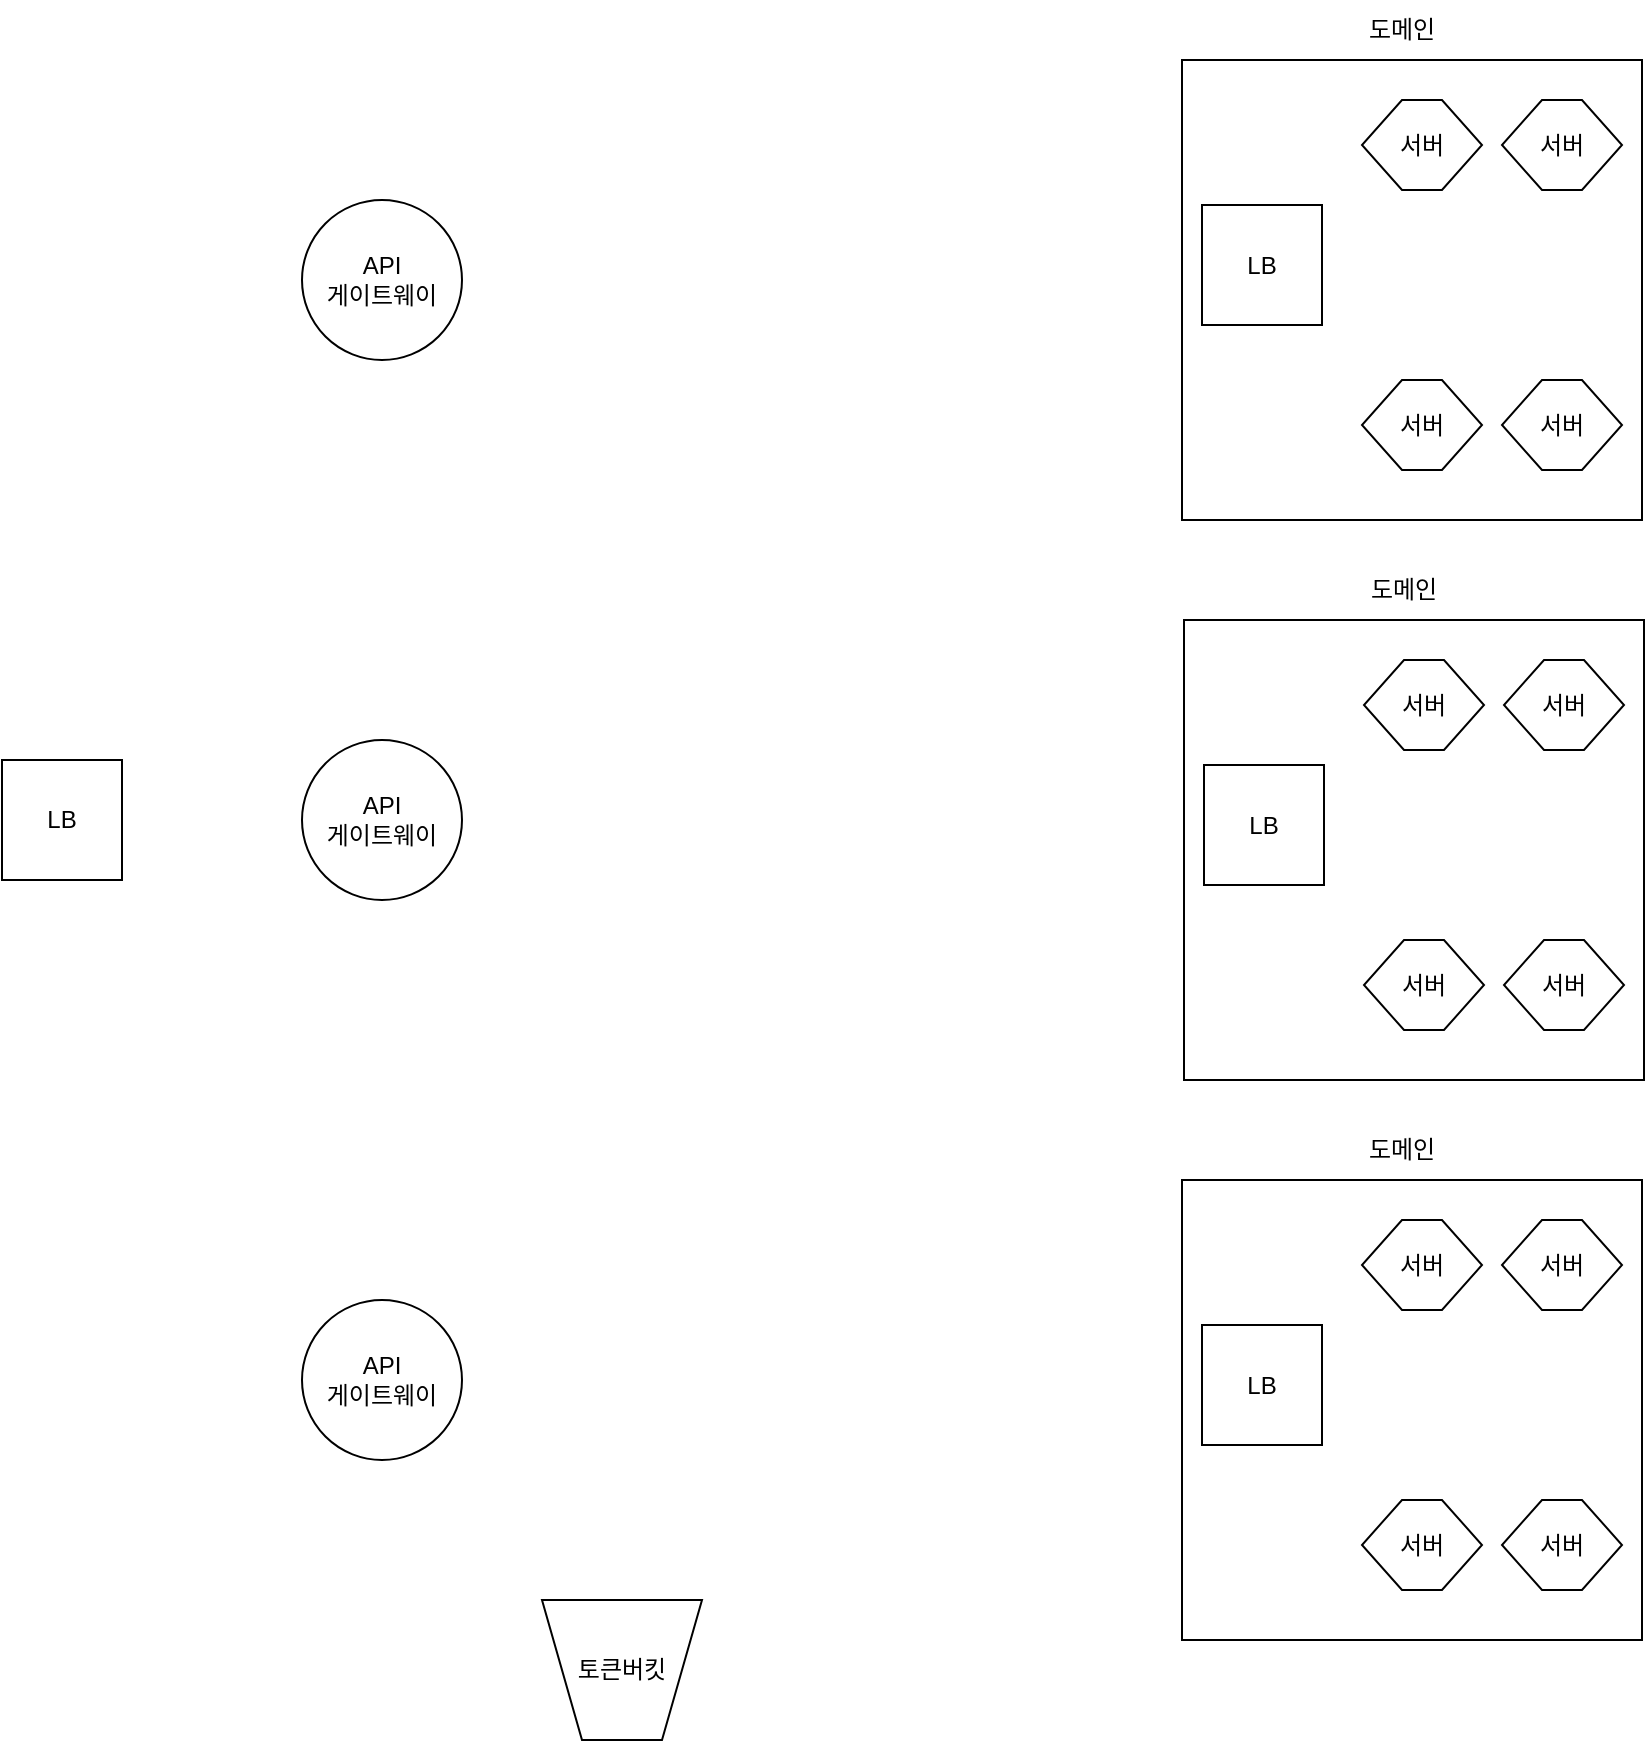
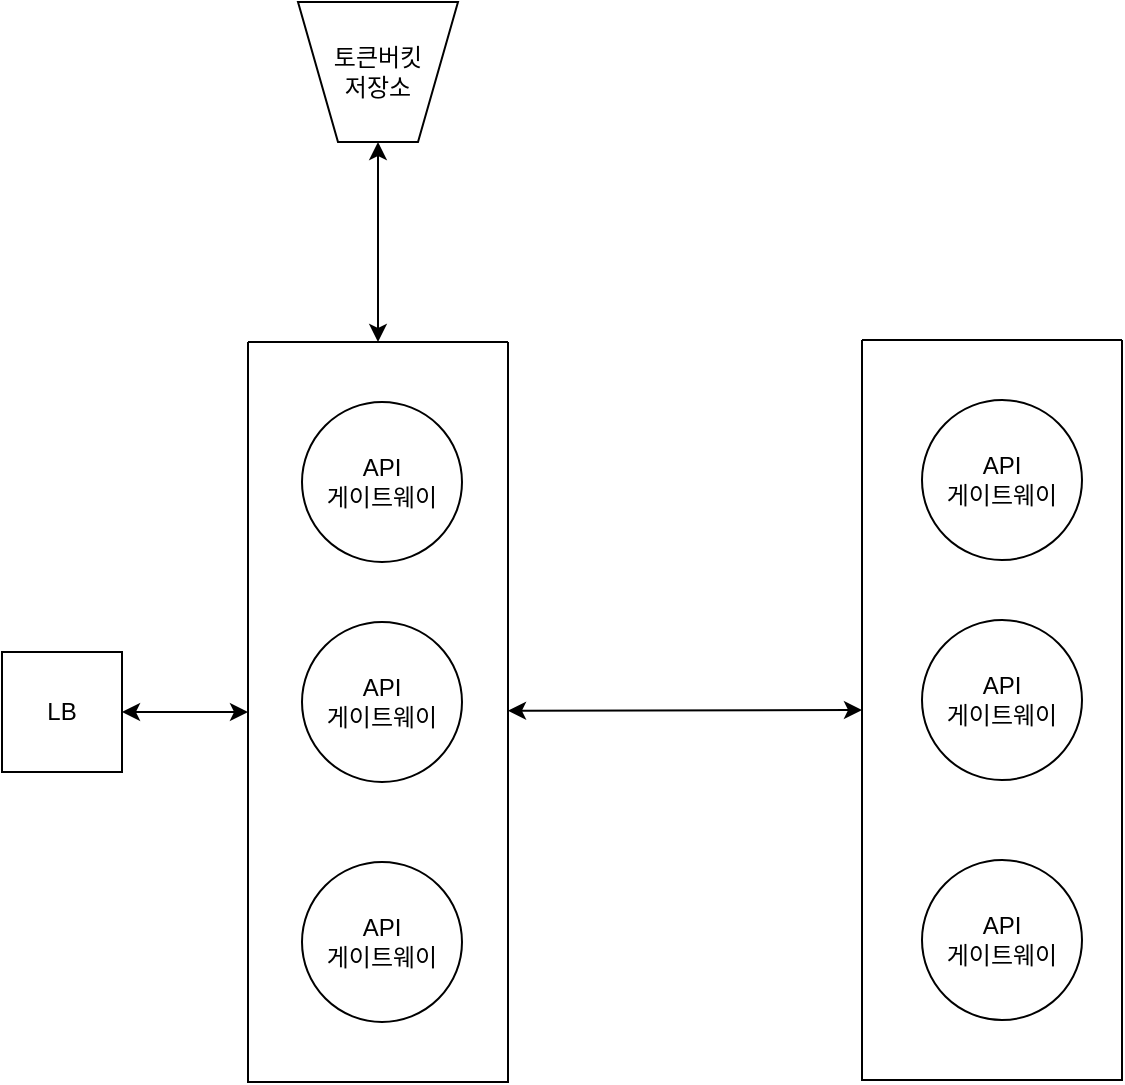
<mxfile host="Electron">
  <diagram name="페이지-1" id="BQgcumJEO6TQRQtQFe5G">
-     <mxGraphModel dx="2241" dy="2019" grid="1" gridSize="10" guides="1" tooltips="1" connect="1" arrows="1" fold="1" page="1" pageScale="1" pageWidth="827" pageHeight="1169" math="0" shadow="0">
+     <mxGraphModel dx="2032" dy="2073" grid="1" gridSize="10" guides="1" tooltips="1" connect="1" arrows="1" fold="1" page="1" pageScale="1" pageWidth="827" pageHeight="1169" math="0" shadow="0">
      <root>
        <mxCell id="0" />
        <mxCell id="1" parent="0" />
        <mxCell id="1RR0jnuvLh_5yfPaf-OJ-1" parent="1" style="ellipse;whiteSpace=wrap;html=1;aspect=fixed;" value="API&lt;br&gt;게이트웨이" vertex="1">
-           <mxGeometry height="80" width="80" x="-650" y="-1030" as="geometry" />
+           <mxGeometry height="80" width="80" x="-650" y="-870" as="geometry" />
        </mxCell>
        <mxCell id="1RR0jnuvLh_5yfPaf-OJ-2" parent="1" style="ellipse;whiteSpace=wrap;html=1;aspect=fixed;" value="API&lt;br&gt;게이트웨이" vertex="1">
          <mxGeometry height="80" width="80" x="-650" y="-760" as="geometry" />
        </mxCell>
        <mxCell id="1RR0jnuvLh_5yfPaf-OJ-3" parent="1" style="ellipse;whiteSpace=wrap;html=1;aspect=fixed;" value="API&lt;br&gt;게이트웨이" vertex="1">
-           <mxGeometry height="80" width="80" x="-650" y="-480" as="geometry" />
+           <mxGeometry height="80" width="80" x="-650" y="-640" as="geometry" />
        </mxCell>
        <mxCell id="1RR0jnuvLh_5yfPaf-OJ-10" parent="1" style="rounded=0;whiteSpace=wrap;html=1;" value="LB" vertex="1">
-           <mxGeometry height="60" width="60" x="-800" y="-750" as="geometry" />
+           <mxGeometry height="60" width="60" x="-800" y="-745" as="geometry" />
        </mxCell>
        <mxCell id="1RR0jnuvLh_5yfPaf-OJ-11" connectable="0" parent="1" style="group" value="" vertex="1">
-           <mxGeometry height="70" width="80" x="-530" y="-330" as="geometry" />
+           <mxGeometry height="70" width="80" x="-652" y="-1070" as="geometry" />
        </mxCell>
        <mxCell id="1RR0jnuvLh_5yfPaf-OJ-7" parent="1RR0jnuvLh_5yfPaf-OJ-11" style="shape=trapezoid;perimeter=trapezoidPerimeter;whiteSpace=wrap;html=1;fixedSize=1;size=20;rotation=-180;" value="" vertex="1">
          <mxGeometry height="70" width="80" as="geometry" />
        </mxCell>
-         <mxCell id="1RR0jnuvLh_5yfPaf-OJ-9" parent="1RR0jnuvLh_5yfPaf-OJ-11" style="text;html=1;whiteSpace=wrap;strokeColor=none;fillColor=none;align=center;verticalAlign=middle;rounded=0;" value="토큰버킷" vertex="1">
+         <mxCell id="1RR0jnuvLh_5yfPaf-OJ-9" parent="1RR0jnuvLh_5yfPaf-OJ-11" style="text;html=1;whiteSpace=wrap;strokeColor=none;fillColor=none;align=center;verticalAlign=middle;rounded=0;" value="토큰버킷&lt;br&gt;저장소" vertex="1">
          <mxGeometry height="30" width="60" x="10" y="20" as="geometry" />
        </mxCell>
-         <mxCell id="1RR0jnuvLh_5yfPaf-OJ-20" connectable="0" parent="1" style="group" value="" vertex="1">
-           <mxGeometry height="260" width="150" x="-129" y="-850" as="geometry" />
+         <mxCell id="SZ__KM490EC9j02PDRmy-1" parent="1" style="ellipse;whiteSpace=wrap;html=1;aspect=fixed;" value="API&lt;br&gt;게이트웨이" vertex="1">
+           <mxGeometry height="80" width="80" x="-340" y="-871" as="geometry" />
        </mxCell>
-         <mxCell id="1RR0jnuvLh_5yfPaf-OJ-18" connectable="0" parent="1RR0jnuvLh_5yfPaf-OJ-20" style="group" value="" vertex="1">
-           <mxGeometry height="230" width="150" y="30" as="geometry" />
+         <mxCell id="SZ__KM490EC9j02PDRmy-2" parent="1" style="ellipse;whiteSpace=wrap;html=1;aspect=fixed;" value="API&lt;br&gt;게이트웨이" vertex="1">
+           <mxGeometry height="80" width="80" x="-340" y="-761" as="geometry" />
        </mxCell>
-         <mxCell id="1RR0jnuvLh_5yfPaf-OJ-13" parent="1RR0jnuvLh_5yfPaf-OJ-18" style="whiteSpace=wrap;html=1;aspect=fixed;" value="" vertex="1">
-           <mxGeometry height="230" width="230" x="-80" as="geometry" />
+         <mxCell id="SZ__KM490EC9j02PDRmy-3" parent="1" style="ellipse;whiteSpace=wrap;html=1;aspect=fixed;" value="API&lt;br&gt;게이트웨이" vertex="1">
+           <mxGeometry height="80" width="80" x="-340" y="-641" as="geometry" />
        </mxCell>
-         <mxCell id="1RR0jnuvLh_5yfPaf-OJ-14" parent="1RR0jnuvLh_5yfPaf-OJ-18" style="shape=hexagon;perimeter=hexagonPerimeter2;whiteSpace=wrap;html=1;fixedSize=1;" value="서버" vertex="1">
-           <mxGeometry height="45" width="60" x="10" y="20" as="geometry" />
+         <mxCell id="SZ__KM490EC9j02PDRmy-4" parent="1" style="swimlane;startSize=0;" value="" vertex="1">
+           <mxGeometry height="370" width="130" x="-677" y="-900" as="geometry" />
        </mxCell>
-         <mxCell id="1RR0jnuvLh_5yfPaf-OJ-15" parent="1RR0jnuvLh_5yfPaf-OJ-18" style="shape=hexagon;perimeter=hexagonPerimeter2;whiteSpace=wrap;html=1;fixedSize=1;" value="서버" vertex="1">
-           <mxGeometry height="45" width="60" x="10" y="160" as="geometry" />
+         <mxCell id="SZ__KM490EC9j02PDRmy-5" parent="1" style="swimlane;startSize=0;" value="" vertex="1">
+           <mxGeometry height="370" width="130" x="-370" y="-901" as="geometry" />
        </mxCell>
-         <mxCell id="1RR0jnuvLh_5yfPaf-OJ-16" parent="1RR0jnuvLh_5yfPaf-OJ-18" style="shape=hexagon;perimeter=hexagonPerimeter2;whiteSpace=wrap;html=1;fixedSize=1;" value="서버" vertex="1">
-           <mxGeometry height="45" width="60" x="80" y="20" as="geometry" />
+         <mxCell id="SZ__KM490EC9j02PDRmy-6" edge="1" parent="1" source="1RR0jnuvLh_5yfPaf-OJ-10" style="endArrow=classic;html=1;rounded=0;exitX=1;exitY=0.5;exitDx=0;exitDy=0;entryX=0;entryY=0.5;entryDx=0;entryDy=0;startArrow=classic;startFill=1;endFill=1;" target="SZ__KM490EC9j02PDRmy-4" value="">
+           <mxGeometry height="50" relative="1" width="50" as="geometry">
+             <mxPoint x="-450" y="-640" as="sourcePoint" />
+             <mxPoint x="-400" y="-690" as="targetPoint" />
+           </mxGeometry>
        </mxCell>
-         <mxCell id="1RR0jnuvLh_5yfPaf-OJ-17" parent="1RR0jnuvLh_5yfPaf-OJ-18" style="shape=hexagon;perimeter=hexagonPerimeter2;whiteSpace=wrap;html=1;fixedSize=1;" value="서버" vertex="1">
-           <mxGeometry height="45" width="60" x="80" y="160" as="geometry" />
+         <mxCell id="SZ__KM490EC9j02PDRmy-7" edge="1" parent="1" style="endArrow=classic;html=1;rounded=0;exitX=1;exitY=0.5;exitDx=0;exitDy=0;entryX=0;entryY=0.5;entryDx=0;entryDy=0;startArrow=classic;startFill=1;endFill=1;" target="SZ__KM490EC9j02PDRmy-5" value="">
+           <mxGeometry height="50" relative="1" width="50" as="geometry">
+             <mxPoint x="-547" y="-715.62" as="sourcePoint" />
+             <mxPoint x="-484" y="-715.62" as="targetPoint" />
+           </mxGeometry>
        </mxCell>
-         <mxCell id="1RR0jnuvLh_5yfPaf-OJ-12" parent="1RR0jnuvLh_5yfPaf-OJ-18" style="rounded=0;whiteSpace=wrap;html=1;" value="LB" vertex="1">
-           <mxGeometry height="60" width="60" x="-70" y="72.5" as="geometry" />
-         </mxCell>
-         <mxCell id="1RR0jnuvLh_5yfPaf-OJ-19" parent="1RR0jnuvLh_5yfPaf-OJ-20" style="text;html=1;whiteSpace=wrap;strokeColor=none;fillColor=none;align=center;verticalAlign=middle;rounded=0;" value="도메인" vertex="1">
-           <mxGeometry height="30" width="60" as="geometry" />
-         </mxCell>
-         <mxCell id="1RR0jnuvLh_5yfPaf-OJ-24" connectable="0" parent="1" style="group" value="" vertex="1">
-           <mxGeometry height="260" width="150" x="-130" y="-1130" as="geometry" />
-         </mxCell>
-         <mxCell id="1RR0jnuvLh_5yfPaf-OJ-25" connectable="0" parent="1RR0jnuvLh_5yfPaf-OJ-24" style="group" value="" vertex="1">
-           <mxGeometry height="230" width="150" y="30" as="geometry" />
-         </mxCell>
-         <mxCell id="1RR0jnuvLh_5yfPaf-OJ-26" parent="1RR0jnuvLh_5yfPaf-OJ-25" style="whiteSpace=wrap;html=1;aspect=fixed;" value="" vertex="1">
-           <mxGeometry height="230" width="230" x="-80" as="geometry" />
-         </mxCell>
-         <mxCell id="1RR0jnuvLh_5yfPaf-OJ-27" parent="1RR0jnuvLh_5yfPaf-OJ-25" style="shape=hexagon;perimeter=hexagonPerimeter2;whiteSpace=wrap;html=1;fixedSize=1;" value="서버" vertex="1">
-           <mxGeometry height="45" width="60" x="10" y="20" as="geometry" />
-         </mxCell>
-         <mxCell id="1RR0jnuvLh_5yfPaf-OJ-28" parent="1RR0jnuvLh_5yfPaf-OJ-25" style="shape=hexagon;perimeter=hexagonPerimeter2;whiteSpace=wrap;html=1;fixedSize=1;" value="서버" vertex="1">
-           <mxGeometry height="45" width="60" x="10" y="160" as="geometry" />
-         </mxCell>
-         <mxCell id="1RR0jnuvLh_5yfPaf-OJ-29" parent="1RR0jnuvLh_5yfPaf-OJ-25" style="shape=hexagon;perimeter=hexagonPerimeter2;whiteSpace=wrap;html=1;fixedSize=1;" value="서버" vertex="1">
-           <mxGeometry height="45" width="60" x="80" y="20" as="geometry" />
-         </mxCell>
-         <mxCell id="1RR0jnuvLh_5yfPaf-OJ-30" parent="1RR0jnuvLh_5yfPaf-OJ-25" style="shape=hexagon;perimeter=hexagonPerimeter2;whiteSpace=wrap;html=1;fixedSize=1;" value="서버" vertex="1">
-           <mxGeometry height="45" width="60" x="80" y="160" as="geometry" />
-         </mxCell>
-         <mxCell id="1RR0jnuvLh_5yfPaf-OJ-31" parent="1RR0jnuvLh_5yfPaf-OJ-25" style="rounded=0;whiteSpace=wrap;html=1;" value="LB" vertex="1">
-           <mxGeometry height="60" width="60" x="-70" y="72.5" as="geometry" />
-         </mxCell>
-         <mxCell id="1RR0jnuvLh_5yfPaf-OJ-32" parent="1RR0jnuvLh_5yfPaf-OJ-24" style="text;html=1;whiteSpace=wrap;strokeColor=none;fillColor=none;align=center;verticalAlign=middle;rounded=0;" value="도메인" vertex="1">
-           <mxGeometry height="30" width="60" as="geometry" />
-         </mxCell>
-         <mxCell id="1RR0jnuvLh_5yfPaf-OJ-34" connectable="0" parent="1" style="group" value="" vertex="1">
-           <mxGeometry height="260" width="150" x="-130" y="-570" as="geometry" />
-         </mxCell>
-         <mxCell id="1RR0jnuvLh_5yfPaf-OJ-35" connectable="0" parent="1RR0jnuvLh_5yfPaf-OJ-34" style="group" value="" vertex="1">
-           <mxGeometry height="230" width="150" y="30" as="geometry" />
-         </mxCell>
-         <mxCell id="1RR0jnuvLh_5yfPaf-OJ-36" parent="1RR0jnuvLh_5yfPaf-OJ-35" style="whiteSpace=wrap;html=1;aspect=fixed;" value="" vertex="1">
-           <mxGeometry height="230" width="230" x="-80" as="geometry" />
-         </mxCell>
-         <mxCell id="1RR0jnuvLh_5yfPaf-OJ-37" parent="1RR0jnuvLh_5yfPaf-OJ-35" style="shape=hexagon;perimeter=hexagonPerimeter2;whiteSpace=wrap;html=1;fixedSize=1;" value="서버" vertex="1">
-           <mxGeometry height="45" width="60" x="10" y="20" as="geometry" />
-         </mxCell>
-         <mxCell id="1RR0jnuvLh_5yfPaf-OJ-38" parent="1RR0jnuvLh_5yfPaf-OJ-35" style="shape=hexagon;perimeter=hexagonPerimeter2;whiteSpace=wrap;html=1;fixedSize=1;" value="서버" vertex="1">
-           <mxGeometry height="45" width="60" x="10" y="160" as="geometry" />
-         </mxCell>
-         <mxCell id="1RR0jnuvLh_5yfPaf-OJ-39" parent="1RR0jnuvLh_5yfPaf-OJ-35" style="shape=hexagon;perimeter=hexagonPerimeter2;whiteSpace=wrap;html=1;fixedSize=1;" value="서버" vertex="1">
-           <mxGeometry height="45" width="60" x="80" y="20" as="geometry" />
-         </mxCell>
-         <mxCell id="1RR0jnuvLh_5yfPaf-OJ-40" parent="1RR0jnuvLh_5yfPaf-OJ-35" style="shape=hexagon;perimeter=hexagonPerimeter2;whiteSpace=wrap;html=1;fixedSize=1;" value="서버" vertex="1">
-           <mxGeometry height="45" width="60" x="80" y="160" as="geometry" />
-         </mxCell>
-         <mxCell id="1RR0jnuvLh_5yfPaf-OJ-41" parent="1RR0jnuvLh_5yfPaf-OJ-35" style="rounded=0;whiteSpace=wrap;html=1;" value="LB" vertex="1">
-           <mxGeometry height="60" width="60" x="-70" y="72.5" as="geometry" />
-         </mxCell>
-         <mxCell id="1RR0jnuvLh_5yfPaf-OJ-42" parent="1RR0jnuvLh_5yfPaf-OJ-34" style="text;html=1;whiteSpace=wrap;strokeColor=none;fillColor=none;align=center;verticalAlign=middle;rounded=0;" value="도메인" vertex="1">
-           <mxGeometry height="30" width="60" as="geometry" />
+         <mxCell id="SZ__KM490EC9j02PDRmy-8" edge="1" parent="1" source="SZ__KM490EC9j02PDRmy-4" style="endArrow=classic;html=1;rounded=0;entryX=0.5;entryY=0;entryDx=0;entryDy=0;exitX=0.5;exitY=0;exitDx=0;exitDy=0;startArrow=classic;startFill=1;endFill=1;" target="1RR0jnuvLh_5yfPaf-OJ-7" value="">
+           <mxGeometry height="50" relative="1" width="50" as="geometry">
+             <mxPoint x="-450" y="-640" as="sourcePoint" />
+             <mxPoint x="-400" y="-690" as="targetPoint" />
+           </mxGeometry>
        </mxCell>
      </root>
    </mxGraphModel>
  </diagram>
</mxfile>
